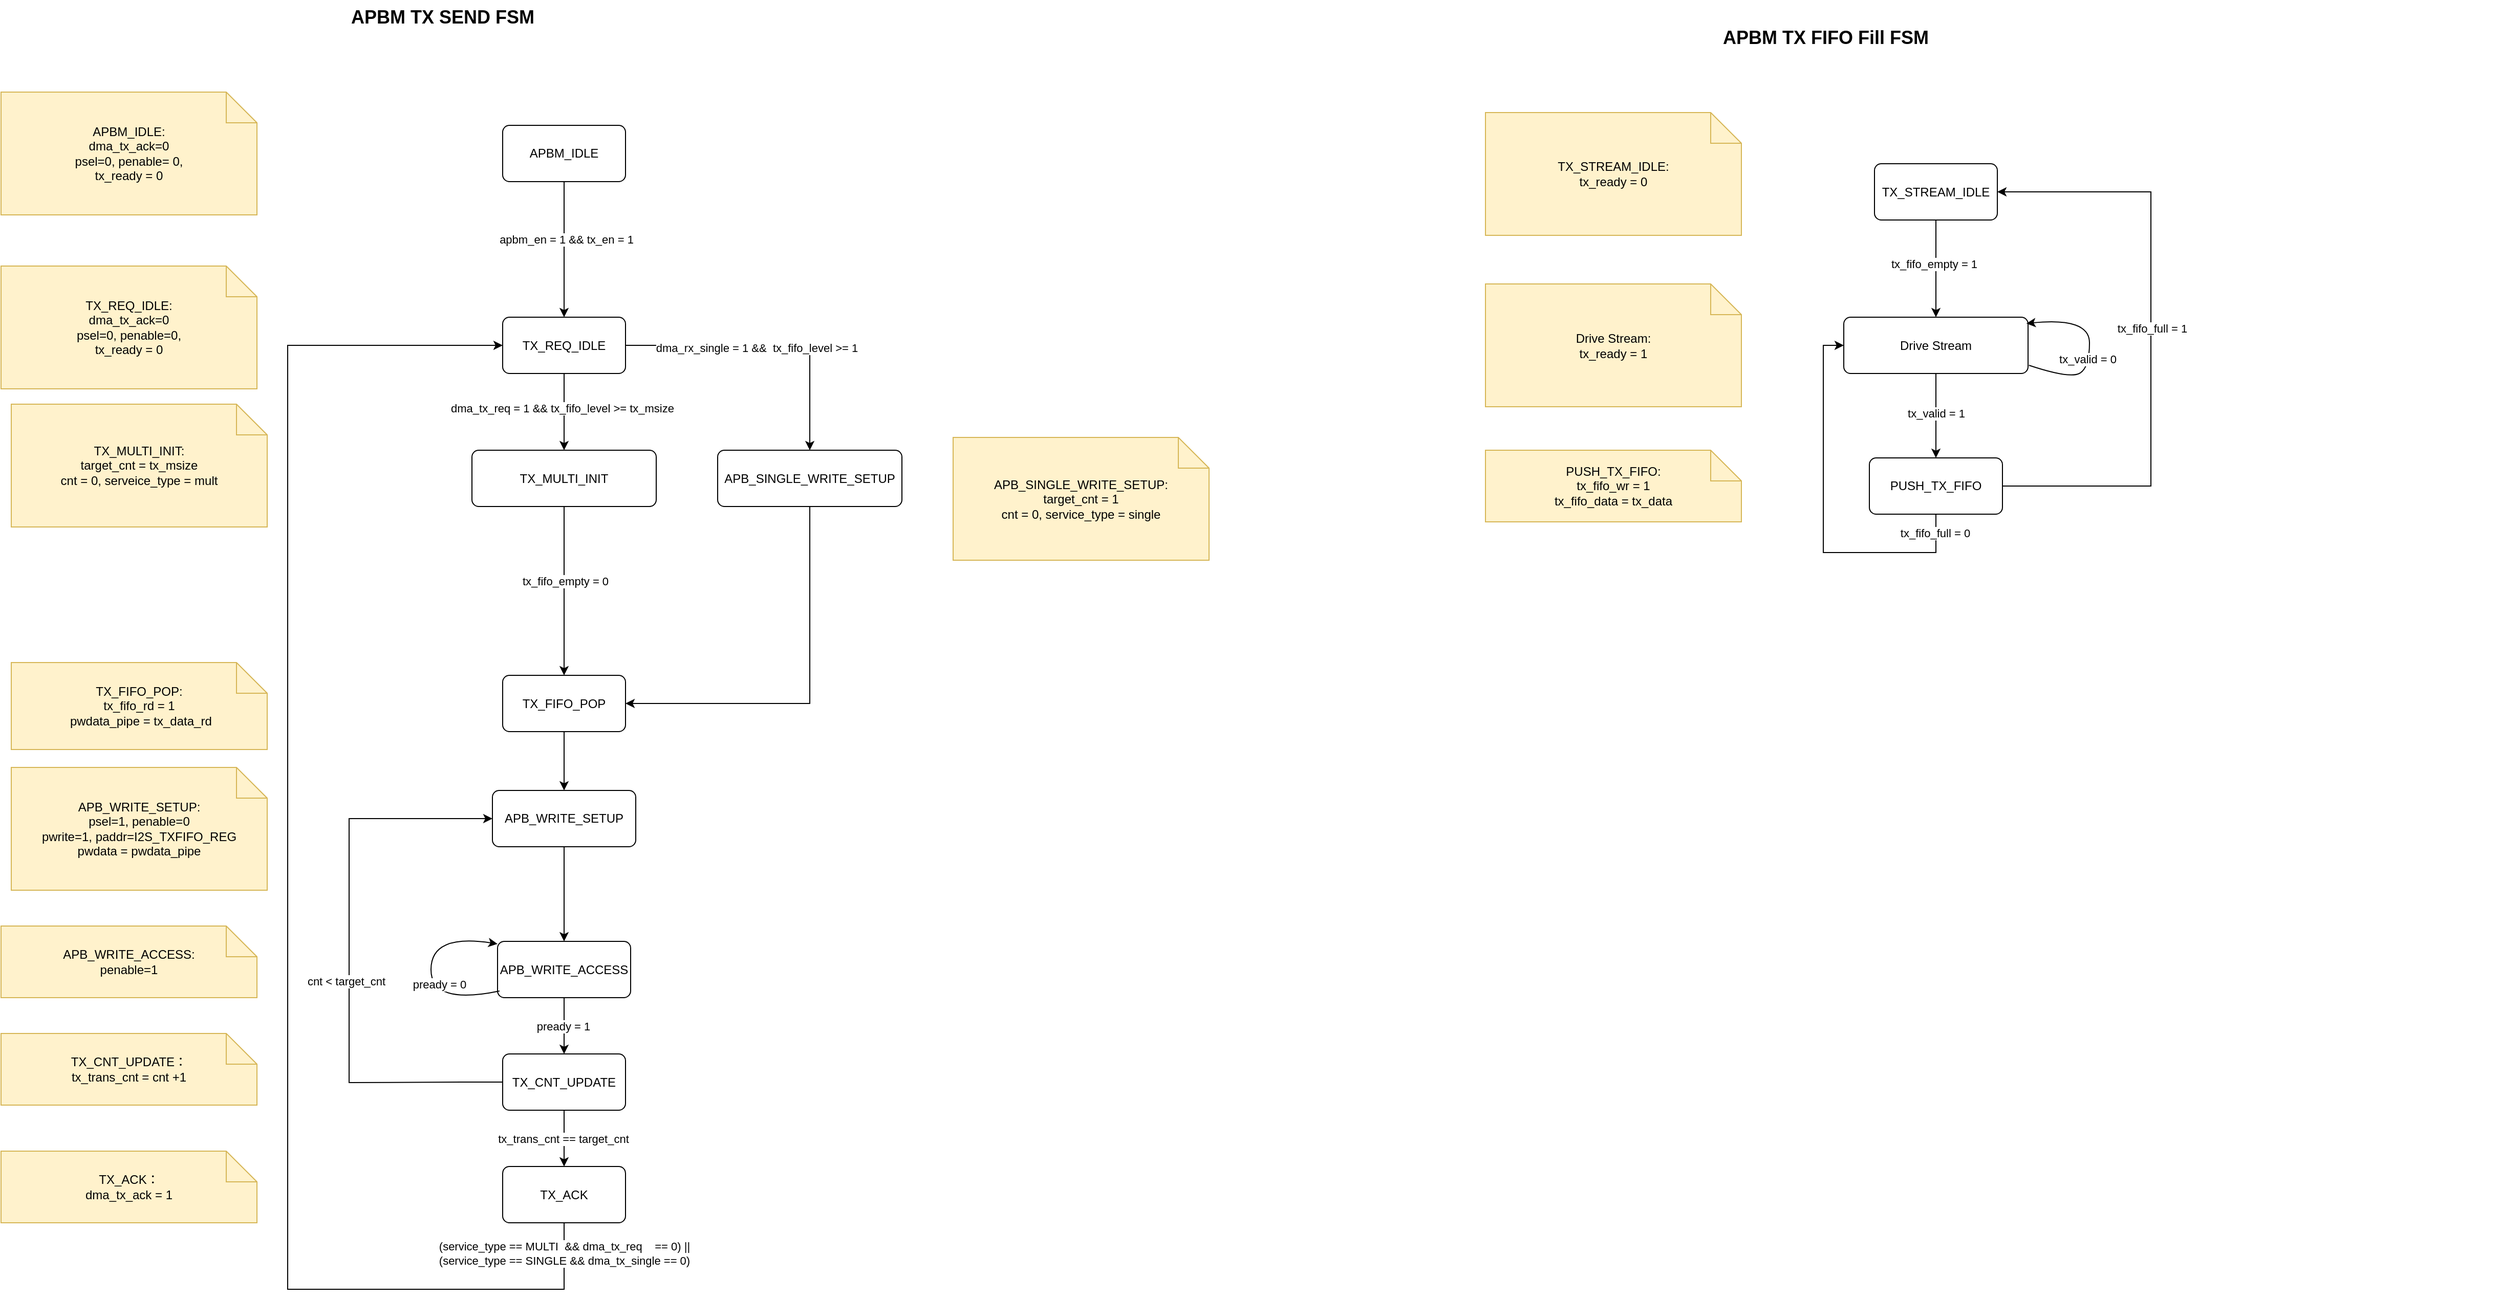
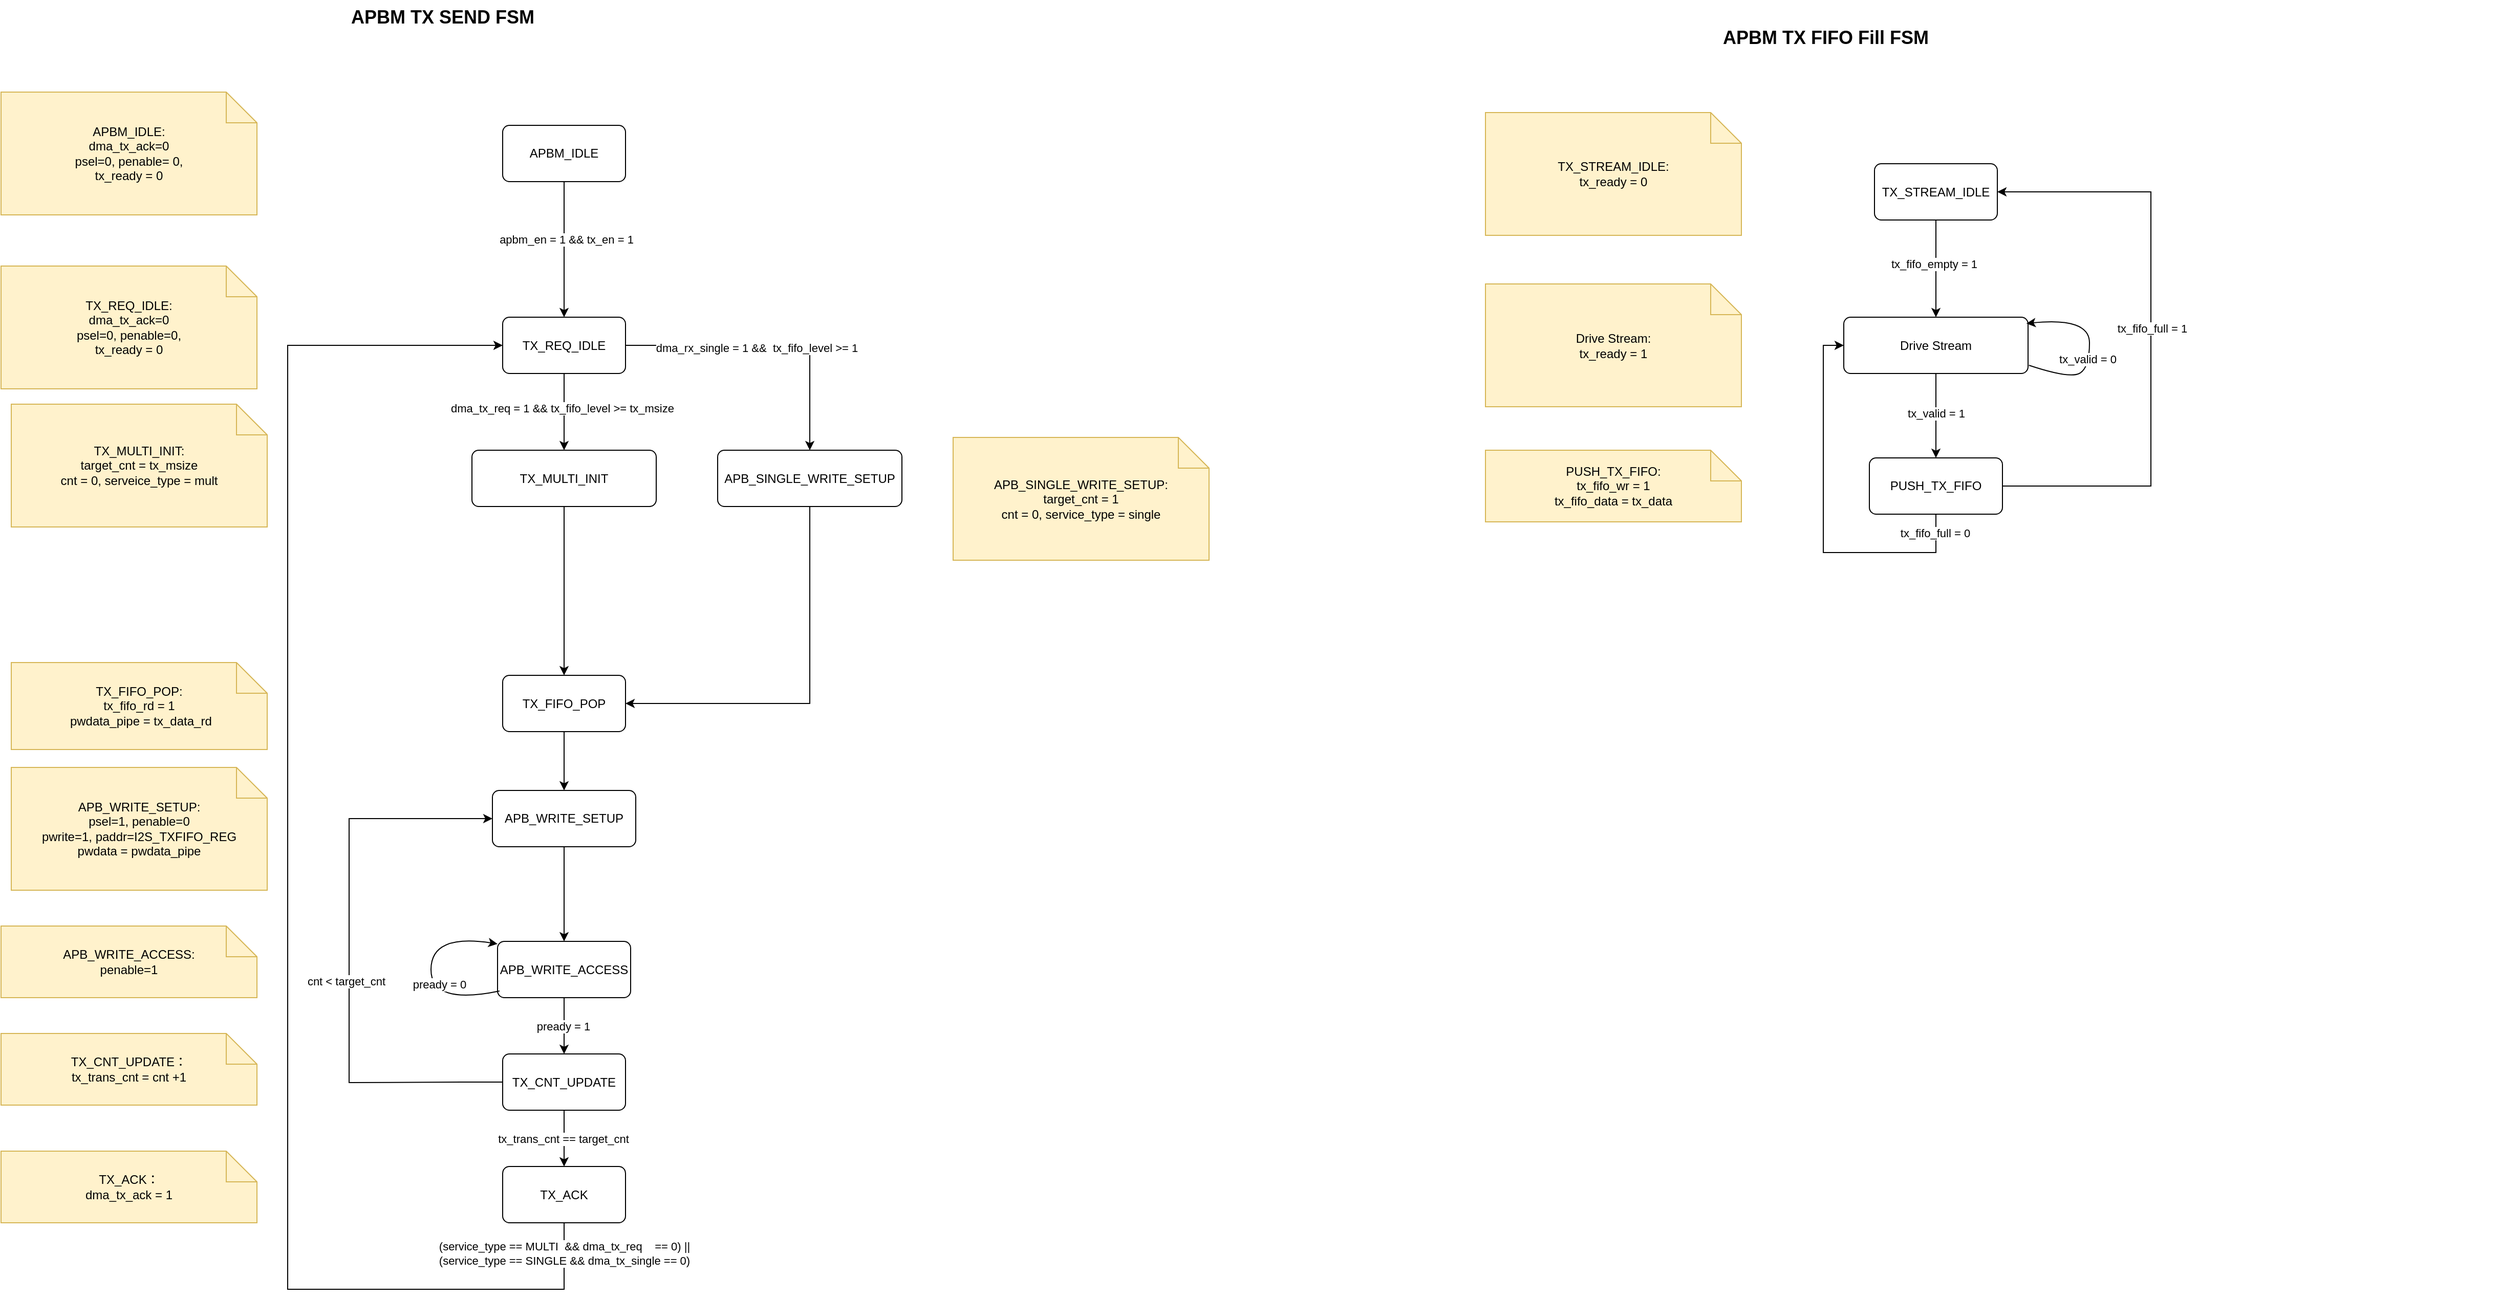
<mxfile host="app.diagrams.net">
  <diagram name="第 1 页" id="fH5n9Me7nUtPE_JYtTzi">
    <mxGraphModel dx="860" dy="486" grid="1" gridSize="10" guides="1" tooltips="1" connect="1" arrows="1" fold="1" page="1" pageScale="1" pageWidth="827" pageHeight="1169" math="0" shadow="0">
      <root>
        <mxCell id="0" />
        <mxCell id="1" parent="0" />
        <mxCell id="Ly1VW1kiYANL2SHkxWqd-1" parent="1" style="text;html=1;strokeColor=none;fillColor=none;fontSize=18;fontStyle=1;" value="APBM TX SEND FSM&amp;nbsp;&amp;nbsp;" vertex="1">
          <mxGeometry height="40" width="760" x="810" y="130" as="geometry" />
        </mxCell>
        <mxCell id="Ly1VW1kiYANL2SHkxWqd-2" parent="1" style="rounded=1;whiteSpace=wrap;html=1;arcSize=12;fillColor=#ffffff;strokeColor=#000000;" value="TX_REQ_IDLE" vertex="1">
          <mxGeometry height="55" width="120" x="960" y="440" as="geometry" />
        </mxCell>
        <mxCell id="Ly1VW1kiYANL2SHkxWqd-3" parent="1" style="rounded=1;whiteSpace=wrap;html=1;arcSize=12;fillColor=#ffffff;strokeColor=#000000;" value="APB_WRITE_SETUP" vertex="1">
          <mxGeometry height="55" width="140" x="950" y="902.5" as="geometry" />
        </mxCell>
        <mxCell id="Ly1VW1kiYANL2SHkxWqd-4" edge="1" parent="1" source="Ly1VW1kiYANL2SHkxWqd-2" style="endArrow=classic;html=1;rounded=0;exitX=0.5;exitY=1;exitDx=0;exitDy=0;entryX=0.5;entryY=0;entryDx=0;entryDy=0;" target="Ly1VW1kiYANL2SHkxWqd-40" value="">
          <mxGeometry height="50" relative="1" width="50" as="geometry">
            <mxPoint x="1040" y="560" as="sourcePoint" />
            <mxPoint x="1020" y="570" as="targetPoint" />
          </mxGeometry>
        </mxCell>
        <mxCell id="Ly1VW1kiYANL2SHkxWqd-5" connectable="0" parent="Ly1VW1kiYANL2SHkxWqd-4" style="edgeLabel;html=1;align=center;verticalAlign=middle;resizable=0;points=[];" value="dma_tx_req = 1 &amp;amp;&amp;amp; tx_fifo_level &amp;gt;= tx_msize" vertex="1">
          <mxGeometry relative="1" x="-0.0927" y="-2" as="geometry">
            <mxPoint as="offset" />
          </mxGeometry>
        </mxCell>
        <mxCell id="Ly1VW1kiYANL2SHkxWqd-6" parent="1" style="shape=note;whiteSpace=wrap;html=1;fillColor=#fff2cc;strokeColor=#d6b656;" value="APB_WRITE_SETUP:&lt;div&gt;psel=1, penable=0&lt;br&gt;pwrite=1, paddr=I2S_TXFIFO_REG&lt;/div&gt;&lt;div&gt;pwdata = pwdata_pipe&lt;/div&gt;" vertex="1">
          <mxGeometry height="120" width="250" x="480" y="880" as="geometry" />
        </mxCell>
        <mxCell id="Ly1VW1kiYANL2SHkxWqd-7" parent="1" style="rounded=1;whiteSpace=wrap;html=1;arcSize=12;fillColor=#ffffff;strokeColor=#000000;" value="APB_WRITE_ACCESS" vertex="1">
          <mxGeometry height="55" width="130" x="955" y="1050" as="geometry" />
        </mxCell>
        <mxCell id="Ly1VW1kiYANL2SHkxWqd-8" edge="1" parent="1" source="Ly1VW1kiYANL2SHkxWqd-3" style="endArrow=classic;html=1;rounded=0;exitX=0.5;exitY=1;exitDx=0;exitDy=0;entryX=0.5;entryY=0;entryDx=0;entryDy=0;" target="Ly1VW1kiYANL2SHkxWqd-7" value="">
          <mxGeometry height="50" relative="1" width="50" as="geometry">
            <mxPoint x="1030" y="1032.5" as="sourcePoint" />
            <mxPoint x="1080" y="982.5" as="targetPoint" />
          </mxGeometry>
        </mxCell>
        <mxCell id="Ly1VW1kiYANL2SHkxWqd-9" parent="1" style="shape=note;whiteSpace=wrap;html=1;fillColor=#fff2cc;strokeColor=#d6b656;" value="APB_WRITE_ACCESS:&lt;br&gt;penable=1" vertex="1">
          <mxGeometry height="70" width="250" x="470" y="1035" as="geometry" />
        </mxCell>
        <mxCell id="Ly1VW1kiYANL2SHkxWqd-10" edge="1" parent="1" source="Ly1VW1kiYANL2SHkxWqd-7" style="curved=1;endArrow=classic;html=1;rounded=0;exitX=0.015;exitY=0.881;exitDx=0;exitDy=0;entryX=0;entryY=0;entryDx=0;entryDy=0;exitPerimeter=0;" value="">
          <mxGeometry height="50" relative="1" width="50" as="geometry">
            <Array as="points">
              <mxPoint x="890" y="1112.5" />
              <mxPoint x="890" y="1042.5" />
            </Array>
            <mxPoint x="955" y="1107.5" as="sourcePoint" />
            <mxPoint x="955" y="1052.5" as="targetPoint" />
          </mxGeometry>
        </mxCell>
        <mxCell id="Ly1VW1kiYANL2SHkxWqd-11" connectable="0" parent="Ly1VW1kiYANL2SHkxWqd-10" style="edgeLabel;html=1;align=center;verticalAlign=middle;resizable=0;points=[];" value="pready = 0" vertex="1">
          <mxGeometry relative="1" x="-0.1215" y="-8" as="geometry">
            <mxPoint as="offset" />
          </mxGeometry>
        </mxCell>
        <mxCell id="Ly1VW1kiYANL2SHkxWqd-13" edge="1" parent="1" source="Ly1VW1kiYANL2SHkxWqd-7" style="endArrow=classic;html=1;rounded=0;exitX=0.5;exitY=1;exitDx=0;exitDy=0;entryX=0.5;entryY=0;entryDx=0;entryDy=0;" target="Ly1VW1kiYANL2SHkxWqd-47" value="">
          <mxGeometry height="50" relative="1" width="50" as="geometry">
            <mxPoint x="1010" y="1182.5" as="sourcePoint" />
            <mxPoint x="1020" y="1150" as="targetPoint" />
          </mxGeometry>
        </mxCell>
        <mxCell id="Ly1VW1kiYANL2SHkxWqd-14" connectable="0" parent="Ly1VW1kiYANL2SHkxWqd-13" style="edgeLabel;html=1;align=center;verticalAlign=middle;resizable=0;points=[];" value="pready = 1" vertex="1">
          <mxGeometry relative="1" x="0.0089" y="-1" as="geometry">
            <mxPoint as="offset" />
          </mxGeometry>
        </mxCell>
        <mxCell id="Ly1VW1kiYANL2SHkxWqd-16" parent="1" style="rounded=1;whiteSpace=wrap;html=1;arcSize=12;fillColor=#ffffff;strokeColor=#000000;" value="TX_ACK" vertex="1">
          <mxGeometry height="55" width="120" x="960" y="1270" as="geometry" />
        </mxCell>
        <mxCell id="Ly1VW1kiYANL2SHkxWqd-17" edge="1" parent="1" source="Ly1VW1kiYANL2SHkxWqd-47" style="endArrow=classic;html=1;rounded=0;exitX=0.5;exitY=1;exitDx=0;exitDy=0;entryX=0.5;entryY=0;entryDx=0;entryDy=0;" target="Ly1VW1kiYANL2SHkxWqd-16" value="">
          <mxGeometry height="50" relative="1" width="50" as="geometry">
            <mxPoint x="1150.3600000000001" y="1105" as="sourcePoint" />
            <mxPoint x="1150" y="1140" as="targetPoint" />
          </mxGeometry>
        </mxCell>
        <mxCell id="Ly1VW1kiYANL2SHkxWqd-18" connectable="0" parent="Ly1VW1kiYANL2SHkxWqd-17" style="edgeLabel;html=1;align=center;verticalAlign=middle;resizable=0;points=[];" value="tx_trans_cnt == target_cnt" vertex="1">
          <mxGeometry relative="1" x="0.0089" y="-1" as="geometry">
            <mxPoint as="offset" />
          </mxGeometry>
        </mxCell>
        <mxCell id="Ly1VW1kiYANL2SHkxWqd-19" parent="1" style="shape=note;whiteSpace=wrap;html=1;fillColor=#fff2cc;strokeColor=#d6b656;" value="TX_ACK：&lt;div&gt;dma_tx_ack = 1&lt;/div&gt;" vertex="1">
          <mxGeometry height="70" width="250" x="470" y="1255" as="geometry" />
        </mxCell>
        <mxCell id="Ly1VW1kiYANL2SHkxWqd-20" parent="1" style="shape=note;whiteSpace=wrap;html=1;fillColor=#fff2cc;strokeColor=#d6b656;" value="TX_REQ_IDLE:&lt;div&gt;dma_tx_ack=0&lt;/div&gt;&lt;div&gt;psel=0, penable=0,&lt;br&gt;&lt;/div&gt;&lt;div&gt;tx_ready = 0&lt;br&gt;&lt;/div&gt;" vertex="1">
          <mxGeometry height="120" width="250" x="470" y="390" as="geometry" />
        </mxCell>
        <mxCell id="Ly1VW1kiYANL2SHkxWqd-21" edge="1" parent="1" source="Ly1VW1kiYANL2SHkxWqd-16" style="endArrow=classic;html=1;rounded=0;exitX=0.5;exitY=1;exitDx=0;exitDy=0;edgeStyle=orthogonalEdgeStyle;entryX=0;entryY=0.5;entryDx=0;entryDy=0;" target="Ly1VW1kiYANL2SHkxWqd-2" value="">
          <mxGeometry height="50" relative="1" width="50" as="geometry">
            <Array as="points">
              <mxPoint x="1020" y="1390" />
              <mxPoint x="750" y="1390" />
              <mxPoint x="750" y="467" />
            </Array>
            <mxPoint x="909.95" y="1052.5" as="sourcePoint" />
            <mxPoint x="850" y="465" as="targetPoint" />
          </mxGeometry>
        </mxCell>
        <mxCell id="Ly1VW1kiYANL2SHkxWqd-22" connectable="0" parent="Ly1VW1kiYANL2SHkxWqd-21" style="edgeLabel;html=1;align=center;verticalAlign=middle;resizable=0;points=[];" value="&lt;div&gt;(service_type == MULTI&amp;nbsp; &amp;amp;&amp;amp; dma_tx_req&amp;nbsp; &amp;nbsp; == 0) ||&lt;/div&gt;&lt;div&gt;(service_type == SINGLE &amp;amp;&amp;amp; dma_tx_single == 0)&lt;/div&gt;" vertex="1">
          <mxGeometry relative="1" x="-0.9589" as="geometry">
            <mxPoint as="offset" />
          </mxGeometry>
        </mxCell>
        <mxCell id="Ly1VW1kiYANL2SHkxWqd-23" edge="1" parent="1" source="Ly1VW1kiYANL2SHkxWqd-2" style="endArrow=classic;html=1;rounded=0;exitX=1;exitY=0.5;exitDx=0;exitDy=0;edgeStyle=orthogonalEdgeStyle;entryX=0.5;entryY=0;entryDx=0;entryDy=0;" target="Ly1VW1kiYANL2SHkxWqd-25" value="">
          <mxGeometry height="50" relative="1" width="50" as="geometry">
            <mxPoint x="1250" y="540" as="sourcePoint" />
            <mxPoint x="1260" y="560" as="targetPoint" />
          </mxGeometry>
        </mxCell>
        <mxCell id="Ly1VW1kiYANL2SHkxWqd-24" connectable="0" parent="Ly1VW1kiYANL2SHkxWqd-23" style="edgeLabel;html=1;align=center;verticalAlign=middle;resizable=0;points=[];" value="dma_rx_single = 1 &amp;amp;&amp;amp;&amp;nbsp; tx_fifo_level &amp;gt;= 1" vertex="1">
          <mxGeometry relative="1" x="-0.0927" y="-2" as="geometry">
            <mxPoint as="offset" />
          </mxGeometry>
        </mxCell>
        <mxCell id="Ly1VW1kiYANL2SHkxWqd-25" parent="1" style="rounded=1;whiteSpace=wrap;html=1;arcSize=12;fillColor=#ffffff;strokeColor=#000000;" value="APB_SINGLE_WRITE_SETUP" vertex="1">
          <mxGeometry height="55" width="180" x="1170" y="570" as="geometry" />
        </mxCell>
        <mxCell id="Ly1VW1kiYANL2SHkxWqd-26" parent="1" style="shape=note;whiteSpace=wrap;html=1;fillColor=#fff2cc;strokeColor=#d6b656;" value="APB_SINGLE_WRITE_SETUP:&lt;div&gt;target_cnt = 1&lt;br&gt;cnt = 0, service_type = single&lt;/div&gt;" vertex="1">
          <mxGeometry height="120" width="250" x="1400" y="557.5" as="geometry" />
        </mxCell>
        <mxCell id="Ly1VW1kiYANL2SHkxWqd-27" edge="1" parent="1" source="Ly1VW1kiYANL2SHkxWqd-25" style="endArrow=classic;html=1;rounded=0;exitX=0.5;exitY=1;exitDx=0;exitDy=0;edgeStyle=orthogonalEdgeStyle;entryX=1;entryY=0.5;entryDx=0;entryDy=0;" target="Ly1VW1kiYANL2SHkxWqd-28" value="">
          <mxGeometry height="50" relative="1" width="50" as="geometry">
            <mxPoint x="1230" y="950" as="sourcePoint" />
            <mxPoint x="1090" y="705" as="targetPoint" />
          </mxGeometry>
        </mxCell>
        <mxCell id="Ly1VW1kiYANL2SHkxWqd-28" parent="1" style="rounded=1;whiteSpace=wrap;html=1;arcSize=12;fillColor=#ffffff;strokeColor=#000000;" value="TX_FIFO_POP" vertex="1">
          <mxGeometry height="55" width="120" x="960" y="790" as="geometry" />
        </mxCell>
        <mxCell id="Ly1VW1kiYANL2SHkxWqd-29" edge="1" parent="1" source="Ly1VW1kiYANL2SHkxWqd-40" style="endArrow=classic;html=1;rounded=0;entryX=0.5;entryY=0;entryDx=0;entryDy=0;exitX=0.5;exitY=1;exitDx=0;exitDy=0;" target="Ly1VW1kiYANL2SHkxWqd-28" value="">
          <mxGeometry height="50" relative="1" width="50" as="geometry">
            <mxPoint x="1010" y="630" as="sourcePoint" />
            <mxPoint x="1040" y="787.5" as="targetPoint" />
          </mxGeometry>
        </mxCell>
-         <mxCell id="Ly1VW1kiYANL2SHkxWqd-30" connectable="0" parent="Ly1VW1kiYANL2SHkxWqd-29" style="edgeLabel;html=1;align=center;verticalAlign=middle;resizable=0;points=[];" value="tx_fifo_empty = 0" vertex="1">
-           <mxGeometry relative="1" x="-0.1138" y="1" as="geometry">
-             <mxPoint as="offset" />
-           </mxGeometry>
-         </mxCell>
        <mxCell id="Ly1VW1kiYANL2SHkxWqd-33" parent="1" style="shape=note;whiteSpace=wrap;html=1;fillColor=#fff2cc;strokeColor=#d6b656;" value="TX_FIFO_POP:&lt;div&gt;tx_fifo_rd = 1&lt;br&gt;&lt;div&gt;&amp;nbsp;pwdata_pipe = tx_data_rd&lt;/div&gt;&lt;/div&gt;" vertex="1">
          <mxGeometry height="85" width="250" x="480" y="777.5" as="geometry" />
        </mxCell>
        <mxCell id="Ly1VW1kiYANL2SHkxWqd-34" parent="1" style="rounded=1;whiteSpace=wrap;html=1;arcSize=12;fillColor=#ffffff;strokeColor=#000000;" value="APBM_IDLE" vertex="1">
          <mxGeometry height="55" width="120" x="960" y="252.5" as="geometry" />
        </mxCell>
        <mxCell id="Ly1VW1kiYANL2SHkxWqd-35" edge="1" parent="1" source="Ly1VW1kiYANL2SHkxWqd-34" style="endArrow=classic;html=1;rounded=0;exitX=0.5;exitY=1;exitDx=0;exitDy=0;" target="Ly1VW1kiYANL2SHkxWqd-2" value="">
          <mxGeometry height="50" relative="1" width="50" as="geometry">
            <mxPoint x="1060" y="360" as="sourcePoint" />
            <mxPoint x="1110" y="310" as="targetPoint" />
          </mxGeometry>
        </mxCell>
        <mxCell id="Ly1VW1kiYANL2SHkxWqd-36" connectable="0" parent="Ly1VW1kiYANL2SHkxWqd-35" style="edgeLabel;html=1;align=center;verticalAlign=middle;resizable=0;points=[];" value="apbm_en = 1 &amp;amp;&amp;amp; tx_en = 1" vertex="1">
          <mxGeometry relative="1" x="-0.1446" y="2" as="geometry">
            <mxPoint as="offset" />
          </mxGeometry>
        </mxCell>
        <mxCell id="Ly1VW1kiYANL2SHkxWqd-37" parent="1" style="shape=note;whiteSpace=wrap;html=1;fillColor=#fff2cc;strokeColor=#d6b656;" value="APBM_IDLE:&lt;div&gt;dma_tx_ack=0&lt;/div&gt;&lt;div&gt;psel=0, penable= 0,&lt;br&gt;&lt;/div&gt;&lt;div&gt;tx_ready = 0&lt;/div&gt;" vertex="1">
          <mxGeometry height="120" width="250" x="470" y="220" as="geometry" />
        </mxCell>
        <mxCell id="Ly1VW1kiYANL2SHkxWqd-38" edge="1" parent="1" source="Ly1VW1kiYANL2SHkxWqd-47" style="endArrow=classic;html=1;rounded=0;edgeStyle=orthogonalEdgeStyle;entryX=0;entryY=0.5;entryDx=0;entryDy=0;exitX=0;exitY=0.5;exitDx=0;exitDy=0;" target="Ly1VW1kiYANL2SHkxWqd-3" value="">
          <mxGeometry height="50" relative="1" width="50" as="geometry">
            <Array as="points">
              <mxPoint x="920" y="1187" />
              <mxPoint x="810" y="1188" />
              <mxPoint x="810" y="930" />
            </Array>
            <mxPoint x="920" y="1150" as="sourcePoint" />
            <mxPoint x="800" y="810" as="targetPoint" />
          </mxGeometry>
        </mxCell>
        <mxCell id="Ly1VW1kiYANL2SHkxWqd-39" connectable="0" parent="Ly1VW1kiYANL2SHkxWqd-38" style="edgeLabel;html=1;align=center;verticalAlign=middle;resizable=0;points=[];" value="cnt &amp;lt; target_cnt" vertex="1">
          <mxGeometry relative="1" x="-0.0902" y="3" as="geometry">
            <mxPoint as="offset" />
          </mxGeometry>
        </mxCell>
        <mxCell id="Ly1VW1kiYANL2SHkxWqd-40" parent="1" style="rounded=1;whiteSpace=wrap;html=1;arcSize=12;fillColor=#ffffff;strokeColor=#000000;" value="TX_MULTI_INIT" vertex="1">
          <mxGeometry height="55" width="180" x="930" y="570" as="geometry" />
        </mxCell>
        <mxCell id="Ly1VW1kiYANL2SHkxWqd-42" parent="1" style="shape=note;whiteSpace=wrap;html=1;fillColor=#fff2cc;strokeColor=#d6b656;" value="TX_MULTI_INIT:&lt;div&gt;target_cnt = tx_msize&lt;br&gt;cnt = 0, serveice_type = mult&lt;/div&gt;" vertex="1">
          <mxGeometry height="120" width="250" x="480" y="525" as="geometry" />
        </mxCell>
        <mxCell id="Ly1VW1kiYANL2SHkxWqd-45" edge="1" parent="1" source="Ly1VW1kiYANL2SHkxWqd-28" style="endArrow=classic;html=1;rounded=0;exitX=0.5;exitY=1;exitDx=0;exitDy=0;" target="Ly1VW1kiYANL2SHkxWqd-3" value="">
          <mxGeometry height="50" relative="1" width="50" as="geometry">
            <mxPoint x="1019.5699999999999" y="845" as="sourcePoint" />
            <mxPoint x="1019.5699999999999" y="902" as="targetPoint" />
          </mxGeometry>
        </mxCell>
        <mxCell id="Ly1VW1kiYANL2SHkxWqd-47" parent="1" style="rounded=1;whiteSpace=wrap;html=1;arcSize=12;fillColor=#ffffff;strokeColor=#000000;" value="TX_CNT_UPDATE" vertex="1">
          <mxGeometry height="55" width="120" x="960" y="1160" as="geometry" />
        </mxCell>
        <mxCell id="Ly1VW1kiYANL2SHkxWqd-48" parent="1" style="shape=note;whiteSpace=wrap;html=1;fillColor=#fff2cc;strokeColor=#d6b656;" value="TX_CNT_UPDATE：&lt;div&gt;tx_trans_cnt = cnt +1&lt;/div&gt;" vertex="1">
          <mxGeometry height="70" width="250" x="470" y="1140" as="geometry" />
        </mxCell>
        <mxCell id="Ly1VW1kiYANL2SHkxWqd-49" parent="1" style="text;html=1;strokeColor=none;fillColor=none;fontSize=18;fontStyle=1;" value="APBM TX FIFO Fill FSM&amp;nbsp;&amp;nbsp;" vertex="1">
          <mxGeometry height="40" width="760" x="2150" y="150" as="geometry" />
        </mxCell>
        <mxCell id="Ly1VW1kiYANL2SHkxWqd-50" parent="1" style="rounded=1;whiteSpace=wrap;html=1;arcSize=12;fillColor=#ffffff;strokeColor=#000000;" value="TX_STREAM_IDLE" vertex="1">
          <mxGeometry height="55" width="120" x="2300" y="290" as="geometry" />
        </mxCell>
        <mxCell id="Ly1VW1kiYANL2SHkxWqd-51" parent="1" style="rounded=1;whiteSpace=wrap;html=1;arcSize=12;fillColor=#ffffff;strokeColor=#000000;" value="Drive Stream" vertex="1">
          <mxGeometry height="55" width="180" x="2270" y="440" as="geometry" />
        </mxCell>
        <mxCell id="Ly1VW1kiYANL2SHkxWqd-52" edge="1" parent="1" source="Ly1VW1kiYANL2SHkxWqd-50" style="endArrow=classic;html=1;rounded=0;exitX=0.5;exitY=1;exitDx=0;exitDy=0;entryX=0.5;entryY=0;entryDx=0;entryDy=0;" target="Ly1VW1kiYANL2SHkxWqd-51" value="">
          <mxGeometry height="50" relative="1" width="50" as="geometry">
            <mxPoint x="2380" y="410" as="sourcePoint" />
            <mxPoint x="2430" y="360" as="targetPoint" />
          </mxGeometry>
        </mxCell>
        <mxCell id="Ly1VW1kiYANL2SHkxWqd-53" connectable="0" parent="Ly1VW1kiYANL2SHkxWqd-52" style="edgeLabel;html=1;align=center;verticalAlign=middle;resizable=0;points=[];" value="tx_fifo_empty = 1" vertex="1">
          <mxGeometry relative="1" x="-0.0927" y="-2" as="geometry">
            <mxPoint as="offset" />
          </mxGeometry>
        </mxCell>
        <mxCell id="Ly1VW1kiYANL2SHkxWqd-54" parent="1" style="shape=note;whiteSpace=wrap;html=1;fillColor=#fff2cc;strokeColor=#d6b656;" value="Drive Stream:&lt;div&gt;tx_ready = 1&lt;/div&gt;" vertex="1">
          <mxGeometry height="120" width="250" x="1920" y="407.5" as="geometry" />
        </mxCell>
        <mxCell id="Ly1VW1kiYANL2SHkxWqd-55" parent="1" style="rounded=1;whiteSpace=wrap;html=1;arcSize=12;fillColor=#ffffff;strokeColor=#000000;" value="PUSH_TX_FIFO" vertex="1">
          <mxGeometry height="55" width="130" x="2295" y="577.5" as="geometry" />
        </mxCell>
        <mxCell id="Ly1VW1kiYANL2SHkxWqd-56" edge="1" parent="1" source="Ly1VW1kiYANL2SHkxWqd-51" style="endArrow=classic;html=1;rounded=0;exitX=0.5;exitY=1;exitDx=0;exitDy=0;entryX=0.5;entryY=0;entryDx=0;entryDy=0;" target="Ly1VW1kiYANL2SHkxWqd-55" value="">
          <mxGeometry height="50" relative="1" width="50" as="geometry">
            <mxPoint x="2370" y="560" as="sourcePoint" />
            <mxPoint x="2420" y="510" as="targetPoint" />
          </mxGeometry>
        </mxCell>
        <mxCell id="Ly1VW1kiYANL2SHkxWqd-57" connectable="0" parent="Ly1VW1kiYANL2SHkxWqd-56" style="edgeLabel;html=1;align=center;verticalAlign=middle;resizable=0;points=[];" value="tx_valid = 1" vertex="1">
          <mxGeometry relative="1" x="-0.0537" as="geometry">
            <mxPoint as="offset" />
          </mxGeometry>
        </mxCell>
        <mxCell id="Ly1VW1kiYANL2SHkxWqd-58" parent="1" style="shape=note;whiteSpace=wrap;html=1;fillColor=#fff2cc;strokeColor=#d6b656;" value="PUSH_TX_FIFO:&lt;div&gt;tx_fifo_wr = 1&lt;/div&gt;&lt;div&gt;tx_fifo_data = tx_data&lt;/div&gt;" vertex="1">
          <mxGeometry height="70" width="250" x="1920" y="570" as="geometry" />
        </mxCell>
        <mxCell id="Ly1VW1kiYANL2SHkxWqd-59" parent="1" style="shape=note;whiteSpace=wrap;html=1;fillColor=#fff2cc;strokeColor=#d6b656;" value="TX_STREAM_IDLE:&lt;div&gt;tx_ready = 0&lt;/div&gt;" vertex="1">
          <mxGeometry height="120" width="250" x="1920" y="240" as="geometry" />
        </mxCell>
        <mxCell id="Ly1VW1kiYANL2SHkxWqd-60" edge="1" parent="1" source="Ly1VW1kiYANL2SHkxWqd-55" style="endArrow=classic;html=1;rounded=0;exitX=0.5;exitY=1;exitDx=0;exitDy=0;entryX=0;entryY=0.5;entryDx=0;entryDy=0;edgeStyle=orthogonalEdgeStyle;" target="Ly1VW1kiYANL2SHkxWqd-51" value="">
          <mxGeometry height="50" relative="1" width="50" as="geometry">
            <Array as="points">
              <mxPoint x="2360" y="670" />
              <mxPoint x="2250" y="670" />
              <mxPoint x="2250" y="468" />
            </Array>
            <mxPoint x="2550" y="570" as="sourcePoint" />
            <mxPoint x="2600" y="520" as="targetPoint" />
          </mxGeometry>
        </mxCell>
        <mxCell id="Ly1VW1kiYANL2SHkxWqd-61" connectable="0" parent="Ly1VW1kiYANL2SHkxWqd-60" style="edgeLabel;html=1;align=center;verticalAlign=middle;resizable=0;points=[];" value="tx_fifo_full = 0" vertex="1">
          <mxGeometry relative="1" x="-0.9016" y="-1" as="geometry">
            <mxPoint as="offset" />
          </mxGeometry>
        </mxCell>
        <mxCell id="Ly1VW1kiYANL2SHkxWqd-62" edge="1" parent="1" source="Ly1VW1kiYANL2SHkxWqd-55" style="endArrow=classic;html=1;rounded=0;exitX=1;exitY=0.5;exitDx=0;exitDy=0;entryX=1;entryY=0.5;entryDx=0;entryDy=0;edgeStyle=orthogonalEdgeStyle;" target="Ly1VW1kiYANL2SHkxWqd-50" value="">
          <mxGeometry height="50" relative="1" width="50" as="geometry">
            <Array as="points">
              <mxPoint x="2570" y="605" />
              <mxPoint x="2570" y="318" />
            </Array>
            <mxPoint x="2510" y="600" as="sourcePoint" />
            <mxPoint x="2560" y="550" as="targetPoint" />
          </mxGeometry>
        </mxCell>
        <mxCell id="Ly1VW1kiYANL2SHkxWqd-63" connectable="0" parent="Ly1VW1kiYANL2SHkxWqd-62" style="edgeLabel;html=1;align=center;verticalAlign=middle;resizable=0;points=[];" value="tx_fifo_full = 1" vertex="1">
          <mxGeometry relative="1" x="0.0267" y="-1" as="geometry">
            <mxPoint as="offset" />
          </mxGeometry>
        </mxCell>
        <mxCell id="Ly1VW1kiYANL2SHkxWqd-64" edge="1" parent="1" source="Ly1VW1kiYANL2SHkxWqd-51" style="curved=1;endArrow=classic;html=1;rounded=0;entryX=0.991;entryY=0.112;entryDx=0;entryDy=0;exitX=1.005;exitY=0.854;exitDx=0;exitDy=0;exitPerimeter=0;entryPerimeter=0;" target="Ly1VW1kiYANL2SHkxWqd-51" value="">
          <mxGeometry height="50" relative="1" width="50" as="geometry">
            <Array as="points">
              <mxPoint x="2490" y="500" />
              <mxPoint x="2510" y="490" />
              <mxPoint x="2510" y="440" />
            </Array>
            <mxPoint x="2460" y="560" as="sourcePoint" />
            <mxPoint x="2510" y="510" as="targetPoint" />
          </mxGeometry>
        </mxCell>
        <mxCell id="Ly1VW1kiYANL2SHkxWqd-65" connectable="0" parent="Ly1VW1kiYANL2SHkxWqd-64" style="edgeLabel;html=1;align=center;verticalAlign=middle;resizable=0;points=[];" value="tx_valid = 0" vertex="1">
          <mxGeometry relative="1" x="-0.1698" y="2" as="geometry">
            <mxPoint as="offset" />
          </mxGeometry>
        </mxCell>
      </root>
    </mxGraphModel>
  </diagram>
</mxfile>
